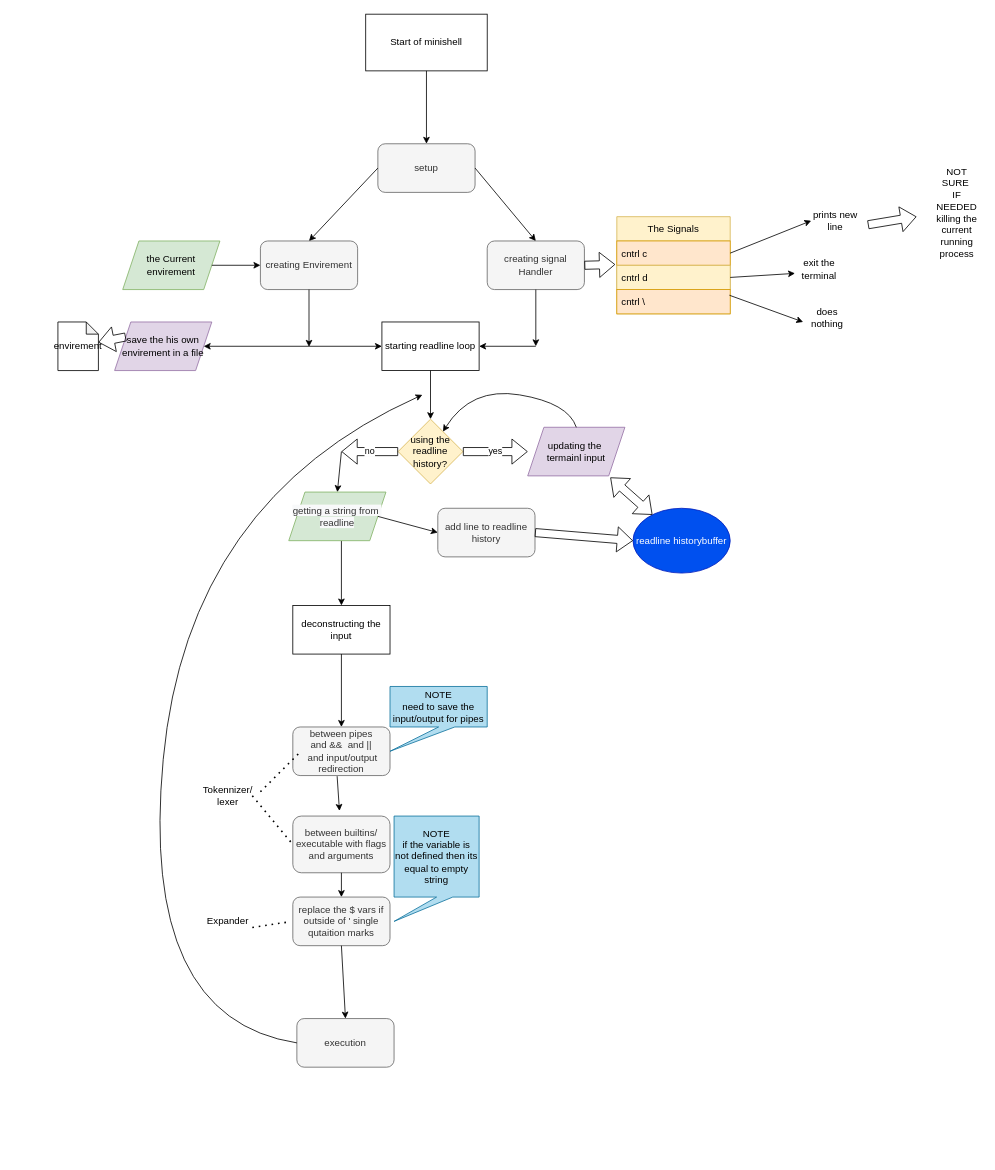
Earlier version of the draw.io diagram page "Page-1" (1 of 2) of notes/minishell_flowchart.drawio (larskrabbe/minishell). Source tidied: cells renumbered, new cells numbered last; positions are measured from the earlier drawing's top-left corner, leaving out a move shared by most shapes. Both pictures are drawn from the tidied source at 81%, with x=0, y=0 at pixel (58, 14).
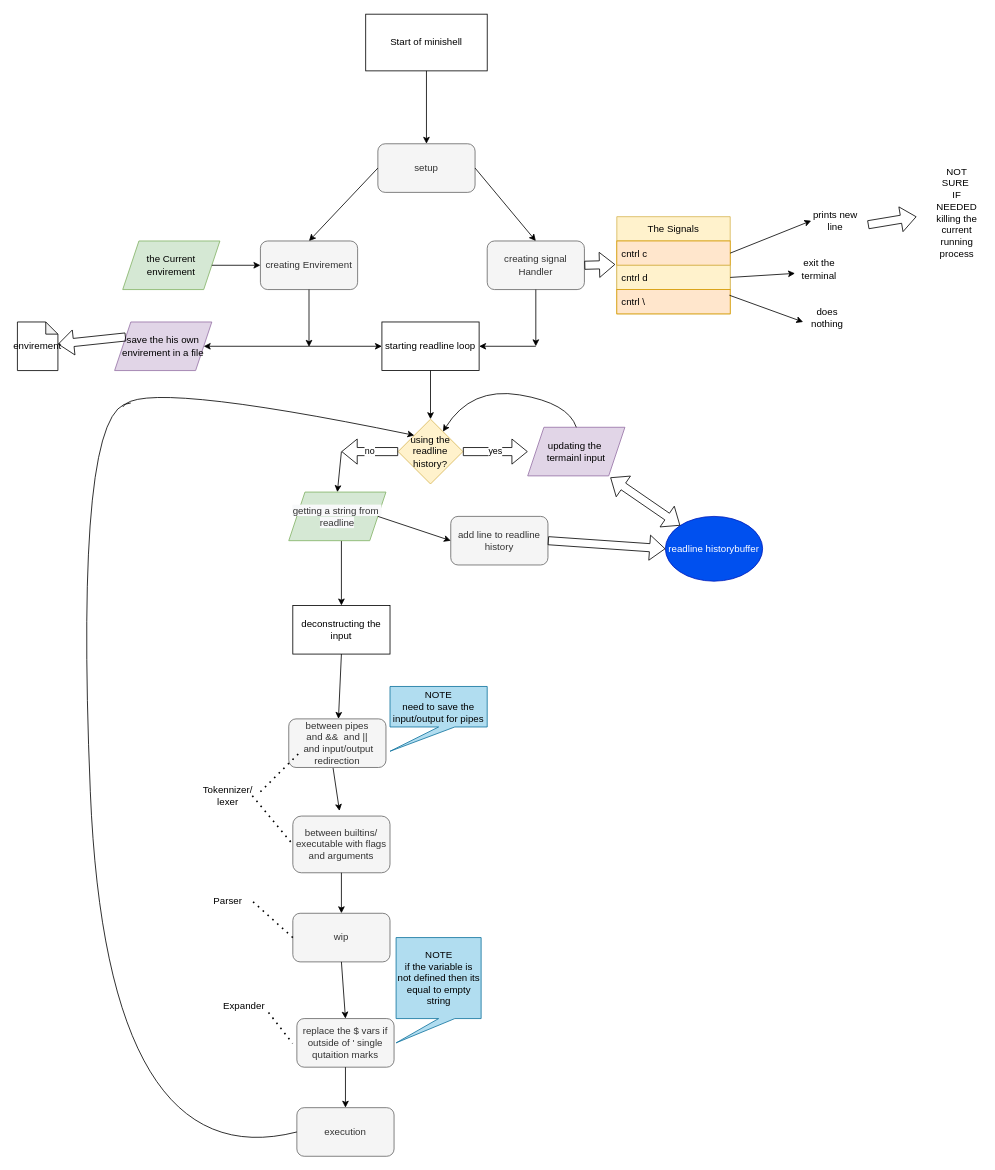
The same page after the edit.

Unchanged cells that the change refers to:
```xml
<mxCell id="16" value="starting readline loop" style="rounded=0;whiteSpace=wrap;html=1;shadow=0;glass=0;sketch=0;" parent="1" vertex="1">
  <mxGeometry x="400" y="380" width="120" height="60" as="geometry" />
</mxCell>
<mxCell id="51" value="between builtins/ executable with flags and arguments" style="rounded=1;whiteSpace=wrap;html=1;shadow=0;glass=0;sketch=0;fillColor=#f5f5f5;fontColor=#333333;strokeColor=#666666;" parent="1" vertex="1">
  <mxGeometry x="290" y="990" width="120" height="70" as="geometry" />
</mxCell>
```

The edit, as a diff of the source:
```diff
@@
     <mxCell id="2" value="envirement" style="shape=note;whiteSpace=wrap;html=1;backgroundOutline=1;darkOpacity=0.05;rounded=0;shadow=0;glass=0;sketch=0;size=15;" parent="1" vertex="1">
-      <mxGeometry y="380" width="50" height="60" as="geometry" />
+      <mxGeometry x="-50" y="380" width="50" height="60" as="geometry" />
     </mxCell>
@@
-    <mxCell id="10" value="the Current envirement" style="shape=parallelogram;perimeter=parallelogramPerimeter;whiteSpace=wrap;html=1;fixedSize=1;rounded=0;shadow=0;glass=0;sketch=0;fillColor=#d5e8d4;strokeColor=#82b366;" parent="1" vertex="1">
+    <mxCell id="10" value="&lt;font color=&quot;#000000&quot;&gt;the Current envirement&lt;/font&gt;" style="shape=parallelogram;perimeter=parallelogramPerimeter;whiteSpace=wrap;html=1;fixedSize=1;rounded=0;shadow=0;glass=0;sketch=0;fillColor=#d5e8d4;strokeColor=#82b366;" parent="1" vertex="1">
       <mxGeometry x="80" y="280" width="120" height="60" as="geometry" />
     </mxCell>
@@
-    <mxCell id="12" value="save the his own envirement in a file" style="shape=parallelogram;perimeter=parallelogramPerimeter;whiteSpace=wrap;html=1;fixedSize=1;rounded=0;shadow=0;glass=0;sketch=0;fillColor=#e1d5e7;strokeColor=#9673a6;" parent="1" vertex="1">
+    <mxCell id="12" value="&lt;font color=&quot;#000000&quot;&gt;save the his own envirement in a file&lt;/font&gt;" style="shape=parallelogram;perimeter=parallelogramPerimeter;whiteSpace=wrap;html=1;fixedSize=1;rounded=0;shadow=0;glass=0;sketch=0;fillColor=#e1d5e7;strokeColor=#9673a6;" parent="1" vertex="1">
       <mxGeometry x="70" y="380" width="120" height="60" as="geometry" />
     </mxCell>
@@
-    <mxCell id="19" value="The Signals" style="swimlane;fontStyle=0;horizontal=1;startSize=30;rounded=0;shadow=0;glass=0;sketch=0;fillColor=#fff2cc;strokeColor=#d6b656;" parent="1" vertex="1">
+    <mxCell id="19" value="The Signals" style="swimlane;fontStyle=0;horizontal=1;startSize=30;rounded=0;shadow=0;glass=0;sketch=0;fillColor=#fff2cc;strokeColor=#d6b656;fontColor=#000000;" parent="1" vertex="1">
       <mxGeometry x="690" y="250" width="140" height="120" as="geometry" />
     </mxCell>
-    <mxCell id="20" value="cntrl c" style="text;strokeColor=#d79b00;fillColor=#ffe6cc;align=left;verticalAlign=middle;spacingLeft=4;spacingRight=4;overflow=hidden;points=[[0,0.5],[1,0.5]];portConstraint=eastwest;rounded=0;shadow=0;glass=0;sketch=0;" parent="19" vertex="1">
+    <mxCell id="20" value="cntrl c" style="text;strokeColor=#d79b00;fillColor=#ffe6cc;align=left;verticalAlign=middle;spacingLeft=4;spacingRight=4;overflow=hidden;points=[[0,0.5],[1,0.5]];portConstraint=eastwest;rounded=0;shadow=0;glass=0;sketch=0;fontColor=#000000;" parent="19" vertex="1">
       <mxGeometry y="30" width="140" height="30" as="geometry" />
     </mxCell>
-    <mxCell id="21" value="cntrl d" style="text;strokeColor=#d6b656;fillColor=#fff2cc;align=left;verticalAlign=middle;spacingLeft=4;spacingRight=4;overflow=hidden;points=[[0,0.5],[1,0.5]];portConstraint=eastwest;rounded=0;shadow=0;glass=0;sketch=0;" parent="19" vertex="1">
+    <mxCell id="21" value="cntrl d" style="text;strokeColor=#d6b656;fillColor=#fff2cc;align=left;verticalAlign=middle;spacingLeft=4;spacingRight=4;overflow=hidden;points=[[0,0.5],[1,0.5]];portConstraint=eastwest;rounded=0;shadow=0;glass=0;sketch=0;fontColor=#000000;" parent="19" vertex="1">
       <mxGeometry y="60" width="140" height="30" as="geometry" />
     </mxCell>
-    <mxCell id="22" value="cntrl \" style="text;strokeColor=#d79b00;fillColor=#ffe6cc;align=left;verticalAlign=middle;spacingLeft=4;spacingRight=4;overflow=hidden;points=[[0,0.5],[1,0.5]];portConstraint=eastwest;rounded=0;shadow=0;glass=0;sketch=0;" parent="19" vertex="1">
+    <mxCell id="22" value="cntrl \" style="text;strokeColor=#d79b00;fillColor=#ffe6cc;align=left;verticalAlign=middle;spacingLeft=4;spacingRight=4;overflow=hidden;points=[[0,0.5],[1,0.5]];portConstraint=eastwest;rounded=0;shadow=0;glass=0;sketch=0;fontColor=#000000;" parent="19" vertex="1">
       <mxGeometry y="90" width="140" height="30" as="geometry" />
     </mxCell>
@@
-    <mxCell id="31" style="endArrow=classic;html=1;exitX=0.5;exitY=1;exitDx=0;exitDy=0;" parent="1" edge="1" source="16">
-      <mxGeometry relative="1" as="geometry">
-        <mxPoint x="460" y="500" as="targetPoint" />
-      </mxGeometry>
+    <mxCell id="31" style="endArrow=classic;html=1;exitX=0.5;exitY=1;exitDx=0;exitDy=0;entryX=0.5;entryY=0;entryDx=0;entryDy=0;" parent="1" edge="1" source="16" target="36">
+      <mxGeometry relative="1" as="geometry" />
     </mxCell>
@@
     <mxCell id="34" value="add line to readline&lt;br&gt;history" style="rounded=1;whiteSpace=wrap;html=1;shadow=0;glass=0;sketch=0;fillColor=#f5f5f5;fontColor=#333333;strokeColor=#666666;" parent="1" vertex="1">
-      <mxGeometry x="469" y="610" width="120" height="60" as="geometry" />
+      <mxGeometry x="485" y="620" width="120" height="60" as="geometry" />
     </mxCell>
@@
-    <mxCell id="36" value="using the&lt;br&gt;readline&lt;br&gt;history?" style="rhombus;whiteSpace=wrap;html=1;rounded=0;shadow=0;glass=0;sketch=0;fillColor=#fff2cc;strokeColor=#d6b656;" parent="1" vertex="1">
+    <mxCell id="36" value="&lt;font color=&quot;#030303&quot;&gt;using the&lt;br&gt;readline&lt;br&gt;history?&lt;/font&gt;" style="rhombus;whiteSpace=wrap;html=1;rounded=0;shadow=0;glass=0;sketch=0;fillColor=#fff2cc;strokeColor=#d6b656;" parent="1" vertex="1">
       <mxGeometry x="420" y="500" width="80" height="80" as="geometry" />
     </mxCell>
@@
     <mxCell id="43" value="readline historybuffer" style="ellipse;whiteSpace=wrap;html=1;rounded=0;shadow=0;glass=0;sketch=0;gradientDirection=west;fillColor=#0050ef;fontColor=#ffffff;strokeColor=#001DBC;" parent="1" vertex="1">
-      <mxGeometry x="710" y="610" width="120" height="80" as="geometry" />
+      <mxGeometry x="750" y="620" width="120" height="80" as="geometry" />
     </mxCell>
@@
     <mxCell id="48" value="between pipes&lt;br&gt;and &amp;amp;&amp;amp;&amp;nbsp; and ||&lt;br&gt;&amp;nbsp;and input/output redirection" style="rounded=1;whiteSpace=wrap;html=1;shadow=0;glass=0;sketch=0;gradientDirection=west;fillColor=#f5f5f5;fontColor=#333333;strokeColor=#666666;" parent="1" vertex="1">
-      <mxGeometry x="290" y="880" width="120" height="60" as="geometry" />
+      <mxGeometry x="285" y="870" width="120" height="60" as="geometry" />
     </mxCell>
@@
-    <mxCell id="53" style="endArrow=classic;html=1;entryX=0.5;entryY=0;entryDx=0;entryDy=0;exitX=0.5;exitY=1;exitDx=0;exitDy=0;" parent="1" edge="1" source="51">
-      <mxGeometry relative="1" as="geometry">
-        <mxPoint x="350" y="1090" as="targetPoint" />
-      </mxGeometry>
+    <mxCell id="53" style="endArrow=classic;html=1;entryX=0.5;entryY=0;entryDx=0;entryDy=0;exitX=0.5;exitY=1;exitDx=0;exitDy=0;" parent="1" edge="1" source="51" target="64">
+      <mxGeometry relative="1" as="geometry" />
     </mxCell>
@@
     <mxCell id="57" value="replace the $ vars if outside of ' single qutaition marks" style="rounded=1;whiteSpace=wrap;html=1;shadow=0;glass=0;sketch=0;fillColor=#f5f5f5;fontColor=#333333;strokeColor=#666666;" parent="1" vertex="1">
-      <mxGeometry x="290" y="1090" width="120" height="60" as="geometry" />
+      <mxGeometry x="295" y="1240" width="120" height="60" as="geometry" />
     </mxCell>
     <mxCell id="58" value="Expander" style="text;html=1;strokeColor=none;fillColor=none;align=center;verticalAlign=middle;whiteSpace=wrap;rounded=0;shadow=0;glass=0;sketch=0;" parent="1" vertex="1">
-      <mxGeometry x="180" y="1105" width="60" height="30" as="geometry" />
+      <mxGeometry x="200" y="1210" width="60" height="30" as="geometry" />
     </mxCell>
@@
     <mxCell id="60" value="NOTE&lt;br&gt;if the variable is not defined then its equal to empty string" style="shape=callout;whiteSpace=wrap;html=1;perimeter=calloutPerimeter;rounded=0;shadow=0;glass=0;sketch=0;gradientDirection=west;fillColor=#b1ddf0;strokeColor=#10739e;position2=0;" parent="1" vertex="1">
-      <mxGeometry x="415" y="990" width="105" height="130" as="geometry" />
+      <mxGeometry x="417.5" y="1140" width="105" height="130" as="geometry" />
     </mxCell>
     <mxCell id="61" value="execution" style="rounded=1;whiteSpace=wrap;html=1;shadow=0;glass=0;sketch=0;fillColor=#f5f5f5;fontColor=#333333;strokeColor=#666666;" parent="1" vertex="1">
-      <mxGeometry x="295" y="1240" width="120" height="60" as="geometry" />
+      <mxGeometry x="295" y="1350" width="120" height="60" as="geometry" />
     </mxCell>
@@
-    <mxCell id="63" style="curved=1;endArrow=classic;html=1;exitX=0;exitY=0.5;exitDx=0;exitDy=0;" parent="1" edge="1" source="61">
+    <mxCell id="63" style="curved=1;endArrow=classic;html=1;exitX=0;exitY=0.5;exitDx=0;exitDy=0;entryX=0;entryY=0;entryDx=0;entryDy=0;startArrow=none;" parent="1" edge="1" target="36">
       <mxGeometry relative="1" as="geometry">
-        <mxPoint x="450" y="470" as="targetPoint" />
+        <mxPoint x="80" y="485" as="sourcePoint" />
         <Array as="points">
-          <mxPoint x="100" y="1240" />
-          <mxPoint x="160" y="600" />
+          <mxPoint x="100" y="450" />
         </Array>
       </mxGeometry>
     </mxCell>
+    <mxCell id="64" value="wip" style="rounded=1;whiteSpace=wrap;html=1;shadow=0;glass=0;sketch=0;fillColor=#f5f5f5;fontColor=#333333;strokeColor=#666666;" parent="1" vertex="1">
+      <mxGeometry x="290" y="1110" width="120" height="60" as="geometry" />
+    </mxCell>
+    <mxCell id="65" style="endArrow=classic;html=1;fontColor=#000000;exitX=0.5;exitY=1;exitDx=0;exitDy=0;entryX=0.5;entryY=0;entryDx=0;entryDy=0;" parent="1" edge="1" source="64" target="57">
+      <mxGeometry relative="1" as="geometry" />
+    </mxCell>
+    <mxCell id="66" value="Parser" style="text;html=1;strokeColor=none;fillColor=none;align=center;verticalAlign=middle;whiteSpace=wrap;rounded=0;shadow=0;glass=0;sketch=0;" parent="1" vertex="1">
+      <mxGeometry x="180" y="1080" width="60" height="30" as="geometry" />
+    </mxCell>
+    <mxCell id="67" style="endArrow=none;dashed=1;html=1;dashPattern=1 3;strokeWidth=2;fontColor=#000000;entryX=1;entryY=0.5;entryDx=0;entryDy=0;exitX=0;exitY=0.5;exitDx=0;exitDy=0;" parent="1" edge="1" source="64" target="66">
+      <mxGeometry relative="1" as="geometry" />
+    </mxCell>
+    <mxCell id="68" style="curved=1;endArrow=none;html=1;exitX=0;exitY=0.5;exitDx=0;exitDy=0;" parent="1" edge="1" source="61">
+      <mxGeometry relative="1" as="geometry">
+        <mxPoint x="90" y="480" as="targetPoint" />
+        <Array as="points">
+          <mxPoint x="60" y="1440" />
+          <mxPoint x="20" y="480" />
+        </Array>
+      </mxGeometry>
+    </mxCell>
```
